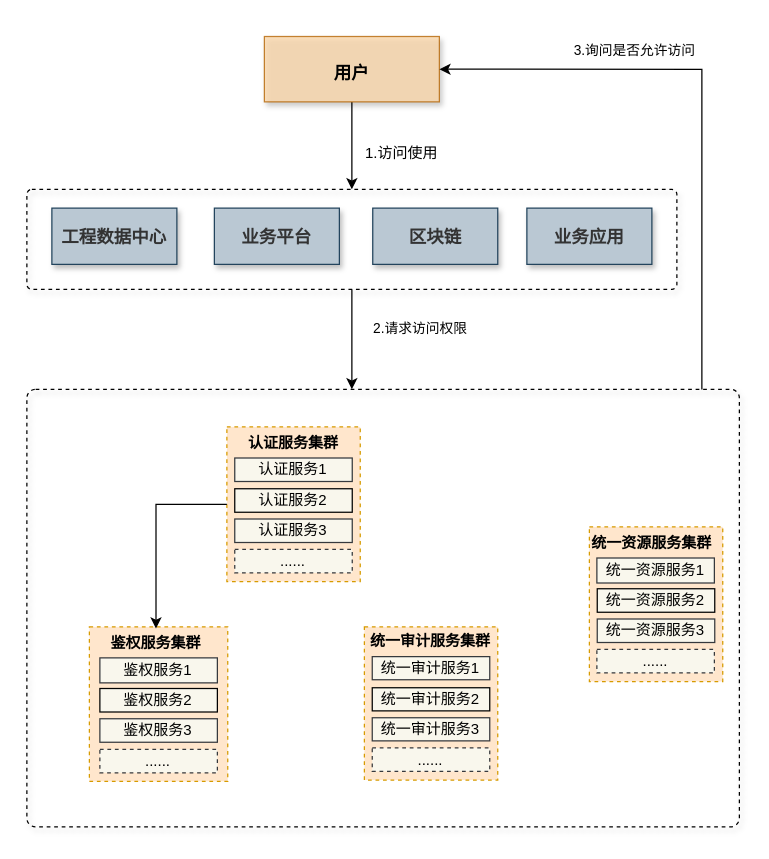
Before: page "第 1 页" (1 of 2) of 东庄信息化项目-统一权限管理1.drawio in sun-beijixing/drawio, a draw.io diagram. Source tidied: cells renumbered, new cells numbered last; positions are measured from the earlier drawing's top-left corner, leaving out a move shared by most shapes. Both pictures are drawn from the tidied source at 125%, with x=0, y=0 at pixel (26, 36).
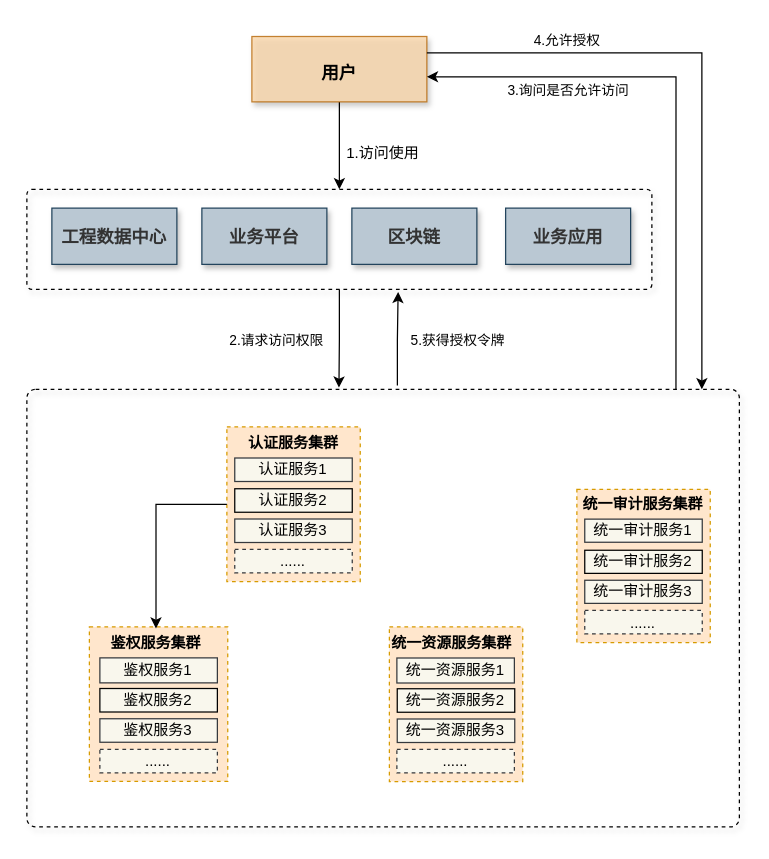
The same diagram, later.

Commit message:
更新东庄信息化项目-统一权限管理1.drawio

The change refers to these unchanged cells:
```xml
<mxCell id="3" style="text;html=1;fillColor=none;align=center;verticalAlign=middle;whiteSpace=wrap;fontSize=54;fontStyle=1;shadow=1;rounded=1;glass=0;sketch=0;arcSize=2;dashed=1;strokeWidth=1;strokeColor=default;" parent="1" vertex="1">
  <mxGeometry y="282" width="570" height="350" as="geometry" />
</mxCell>
```

Change to the diagram source:
```diff
@@
     <mxCell id="2" style="rounded=1;whiteSpace=wrap;html=1;shadow=1;fontSize=11;strokeWidth=1;fillColor=none;dashed=1;arcSize=5;" parent="1" vertex="1">
-      <mxGeometry y="122" width="520" height="80" as="geometry" />
+      <mxGeometry y="122" width="500" height="80" as="geometry" />
     </mxCell>
@@
-    <mxCell id="4" style="edgeStyle=orthogonalEdgeStyle;elbow=horizontal;endArrow=classic;html=1;rounded=0;jumpStyle=none;exitX=0.5;exitY=1;exitDx=0;exitDy=0;" parent="1" edge="1" source="2">
-      <mxGeometry relative="1" as="geometry">
-        <mxPoint x="260" y="282" as="targetPoint" />
-      </mxGeometry>
+    <mxCell id="4" style="edgeStyle=orthogonalEdgeStyle;elbow=horizontal;endArrow=classic;html=1;rounded=0;jumpStyle=none;exitX=0.5;exitY=1;exitDx=0;exitDy=0;entryX=0.438;entryY=-0.004;entryDx=0;entryDy=0;entryPerimeter=0;" parent="1" edge="1" source="2" target="3">
+      <mxGeometry relative="1" as="geometry" />
     </mxCell>
     <mxCell id="5" style="group;" parent="1" vertex="1">
-      <mxGeometry x="270" y="472" width="106.7" height="122.5" as="geometry" />
+      <mxGeometry x="440" y="362" width="106.7" height="122.5" as="geometry" />
     </mxCell>
@@
     <mxCell id="19" style="group;" parent="1" vertex="1">
-      <mxGeometry x="450" y="392" width="106.7" height="123.7" as="geometry" />
+      <mxGeometry x="290" y="472" width="106.7" height="123.7" as="geometry" />
     </mxCell>
@@
     <mxCell id="35" value="&lt;font style=&quot;font-size: 14px;&quot;&gt;&lt;b&gt;用户&lt;/b&gt;&lt;/font&gt;" style="rounded=0;whiteSpace=wrap;html=1;shadow=1;glass=0;sketch=0;fontSize=20;fillColor=#fad7ac;strokeColor=#b46504;opacity=80;" parent="1" vertex="1">
-      <mxGeometry x="190" y="-0.3" width="140" height="52.3" as="geometry" />
+      <mxGeometry x="180" y="-0.3" width="140" height="52.3" as="geometry" />
     </mxCell>
     <mxCell id="36" value="&lt;font style=&quot;font-size: 12px;&quot;&gt;1.访问使用&lt;/font&gt;" style="text;html=1;strokeColor=none;fillColor=none;align=center;verticalAlign=middle;whiteSpace=wrap;rounded=0;shadow=1;fontSize=14;" parent="1" vertex="1">
-      <mxGeometry x="260" y="82" width="80" height="20" as="geometry" />
+      <mxGeometry x="245" y="82" width="80" height="20" as="geometry" />
     </mxCell>
     <mxCell id="37" value="&lt;font style=&quot;font-size: 11px;&quot;&gt;2.请求访问权限&lt;/font&gt;" style="text;html=1;strokeColor=none;fillColor=none;align=center;verticalAlign=middle;whiteSpace=wrap;rounded=0;shadow=1;fontSize=14;" parent="1" vertex="1">
-      <mxGeometry x="270" y="222" width="90" height="20" as="geometry" />
+      <mxGeometry x="155" y="232" width="90" height="20" as="geometry" />
     </mxCell>
-    <mxCell id="38" style="edgeStyle=orthogonalEdgeStyle;elbow=horizontal;endArrow=classic;html=1;rounded=0;jumpStyle=none;entryX=1;entryY=0.5;entryDx=0;entryDy=0;" parent="1" edge="1" target="35">
+    <mxCell id="38" style="edgeStyle=orthogonalEdgeStyle;elbow=horizontal;endArrow=classic;html=1;rounded=0;jumpStyle=none;exitX=0.911;exitY=0.001;exitDx=0;exitDy=0;exitPerimeter=0;entryX=1;entryY=0.617;entryDx=0;entryDy=0;entryPerimeter=0;" parent="1" edge="1" source="3" target="35">
       <mxGeometry relative="1" as="geometry">
-        <mxPoint x="540" y="282" as="sourcePoint" />
         <Array as="points">
-          <mxPoint x="540" y="282" />
-          <mxPoint x="540" y="26" />
+          <mxPoint x="519" y="32" />
         </Array>
       </mxGeometry>
     </mxCell>
     <mxCell id="39" value="&lt;font style=&quot;font-size: 11px;&quot;&gt;3.询问是否允许访问&lt;/font&gt;" style="text;html=1;strokeColor=none;fillColor=none;align=center;verticalAlign=middle;whiteSpace=wrap;rounded=0;shadow=1;fontSize=14;" parent="1" vertex="1">
-      <mxGeometry x="430" y="-0.3" width="113.3" height="20" as="geometry" />
+      <mxGeometry x="376.7" y="32" width="113.3" height="20" as="geometry" />
     </mxCell>
@@
     <mxCell id="41" value="&lt;b style=&quot;color: rgb(51, 51, 51); font-size: 14px;&quot;&gt;业务平台&lt;/b&gt;" style="rounded=0;whiteSpace=wrap;html=1;shadow=1;fontSize=11;strokeColor=#23445d;strokeWidth=1;fillColor=#bac8d3;" parent="1" vertex="1">
-      <mxGeometry x="150" y="137" width="100" height="45" as="geometry" />
+      <mxGeometry x="140" y="137" width="100" height="45" as="geometry" />
     </mxCell>
     <mxCell id="42" value="&lt;b style=&quot;color: rgb(51, 51, 51); font-size: 14px;&quot;&gt;区块链&lt;/b&gt;" style="rounded=0;whiteSpace=wrap;html=1;shadow=1;fontSize=11;strokeColor=#23445d;strokeWidth=1;fillColor=#bac8d3;" parent="1" vertex="1">
-      <mxGeometry x="276.7" y="137" width="100" height="45" as="geometry" />
+      <mxGeometry x="260" y="137" width="100" height="45" as="geometry" />
     </mxCell>
     <mxCell id="43" value="&lt;b style=&quot;color: rgb(51, 51, 51); font-size: 14px;&quot;&gt;业务应用&lt;/b&gt;" style="rounded=0;whiteSpace=wrap;html=1;shadow=1;fontSize=11;strokeColor=#23445d;strokeWidth=1;fillColor=#bac8d3;" parent="1" vertex="1">
-      <mxGeometry x="400" y="137" width="100" height="45" as="geometry" />
+      <mxGeometry x="383" y="137" width="100" height="45" as="geometry" />
     </mxCell>
+    <mxCell id="44" style="edgeStyle=orthogonalEdgeStyle;elbow=horizontal;endArrow=classic;html=1;rounded=0;jumpStyle=none;exitX=1;exitY=0.25;exitDx=0;exitDy=0;" parent="1" edge="1" source="35">
+      <mxGeometry relative="1" as="geometry">
+        <mxPoint x="540" y="282" as="targetPoint" />
+        <Array as="points">
+          <mxPoint x="540" y="13" />
+          <mxPoint x="540" y="282" />
+        </Array>
+      </mxGeometry>
+    </mxCell>
+    <mxCell id="45" value="&lt;font style=&quot;font-size: 11px;&quot;&gt;4.允许授权&lt;/font&gt;" style="text;html=1;strokeColor=none;fillColor=none;align=center;verticalAlign=middle;whiteSpace=wrap;rounded=0;shadow=1;fontSize=14;" parent="1" vertex="1">
+      <mxGeometry x="376.3" y="-8" width="113.3" height="20" as="geometry" />
+    </mxCell>
+    <mxCell id="46" style="edgeStyle=orthogonalEdgeStyle;elbow=horizontal;endArrow=classic;html=1;rounded=0;jumpStyle=none;entryX=0.594;entryY=1.025;entryDx=0;entryDy=0;entryPerimeter=0;exitX=0.52;exitY=-0.009;exitDx=0;exitDy=0;exitPerimeter=0;" parent="1" edge="1" source="3" target="2">
+      <mxGeometry relative="1" as="geometry" />
+    </mxCell>
+    <mxCell id="47" value="&lt;font style=&quot;font-size: 11px;&quot;&gt;5.获得授权令牌&lt;/font&gt;" style="text;html=1;strokeColor=none;fillColor=none;align=center;verticalAlign=middle;whiteSpace=wrap;rounded=0;shadow=1;fontSize=14;" parent="1" vertex="1">
+      <mxGeometry x="300" y="232" width="90" height="20" as="geometry" />
+    </mxCell>
```
